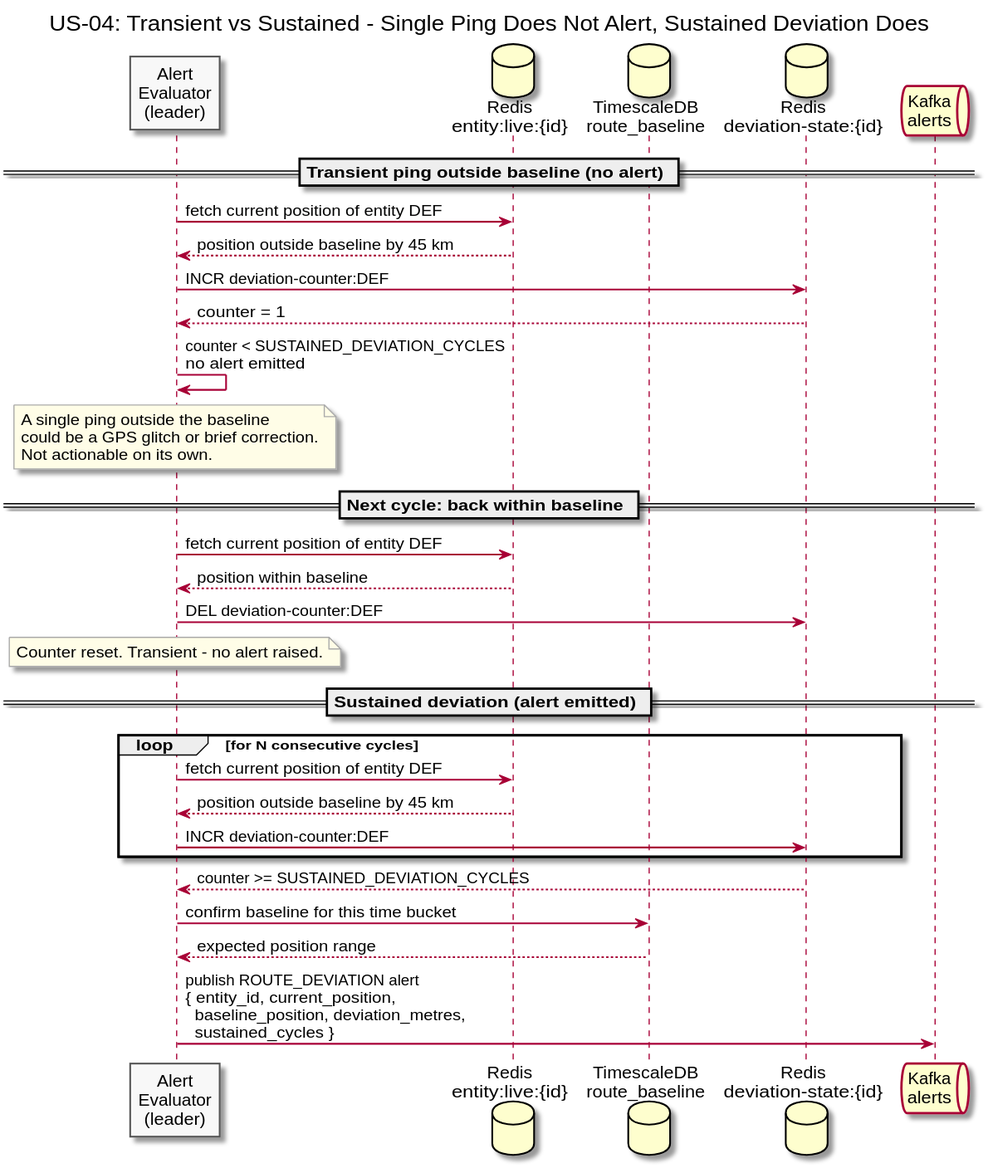
The PlantUML diagram diagrams/docs/use-cases/US-04-route-deviation-alert/transient-vs-sustained.svg in Buffden/sentinel, before a commit. Source of this version:
```plantuml
@startuml transient-vs-sustained
title US-04: Transient vs Sustained - Single Ping Does Not Alert, Sustained Deviation Does

skinparam sequenceArrowThickness 1.5
skinparam participantBorderColor #555555
skinparam participantBackgroundColor #F8F8F8
skinparam noteBorderColor #AAAAAA
skinparam noteBackgroundColor #FFFDE7

participant "Alert\nEvaluator\n(leader)" as Evaluator
database "Redis\nentity:live:{id}" as Redis
database "TimescaleDB\nroute_baseline" as Baseline
database "Redis\ndeviation-state:{id}" as DevState
queue "Kafka\nalerts" as Kafka

== Transient ping outside baseline (no alert) ==

Evaluator -> Redis : fetch current position of entity DEF
Redis --> Evaluator : position outside baseline by 45 km

Evaluator -> DevState : INCR deviation-counter:DEF
DevState --> Evaluator : counter = 1

Evaluator -> Evaluator : counter < SUSTAINED_DEVIATION_CYCLES\nno alert emitted

note over Evaluator
  A single ping outside the baseline
  could be a GPS glitch or brief correction.
  Not actionable on its own.
end note

== Next cycle: back within baseline ==

Evaluator -> Redis : fetch current position of entity DEF
Redis --> Evaluator : position within baseline

Evaluator -> DevState : DEL deviation-counter:DEF
note over Evaluator
  Counter reset. Transient - no alert raised.
end note

== Sustained deviation (alert emitted) ==

loop for N consecutive cycles
  Evaluator -> Redis : fetch current position of entity DEF
  Redis --> Evaluator : position outside baseline by 45 km
  Evaluator -> DevState : INCR deviation-counter:DEF
end

DevState --> Evaluator : counter >= SUSTAINED_DEVIATION_CYCLES

Evaluator -> Baseline : confirm baseline for this time bucket
Baseline --> Evaluator : expected position range

Evaluator -> Kafka : publish ROUTE_DEVIATION alert\n{ entity_id, current_position,\n  baseline_position, deviation_metres,\n  sustained_cycles }

@enduml
```
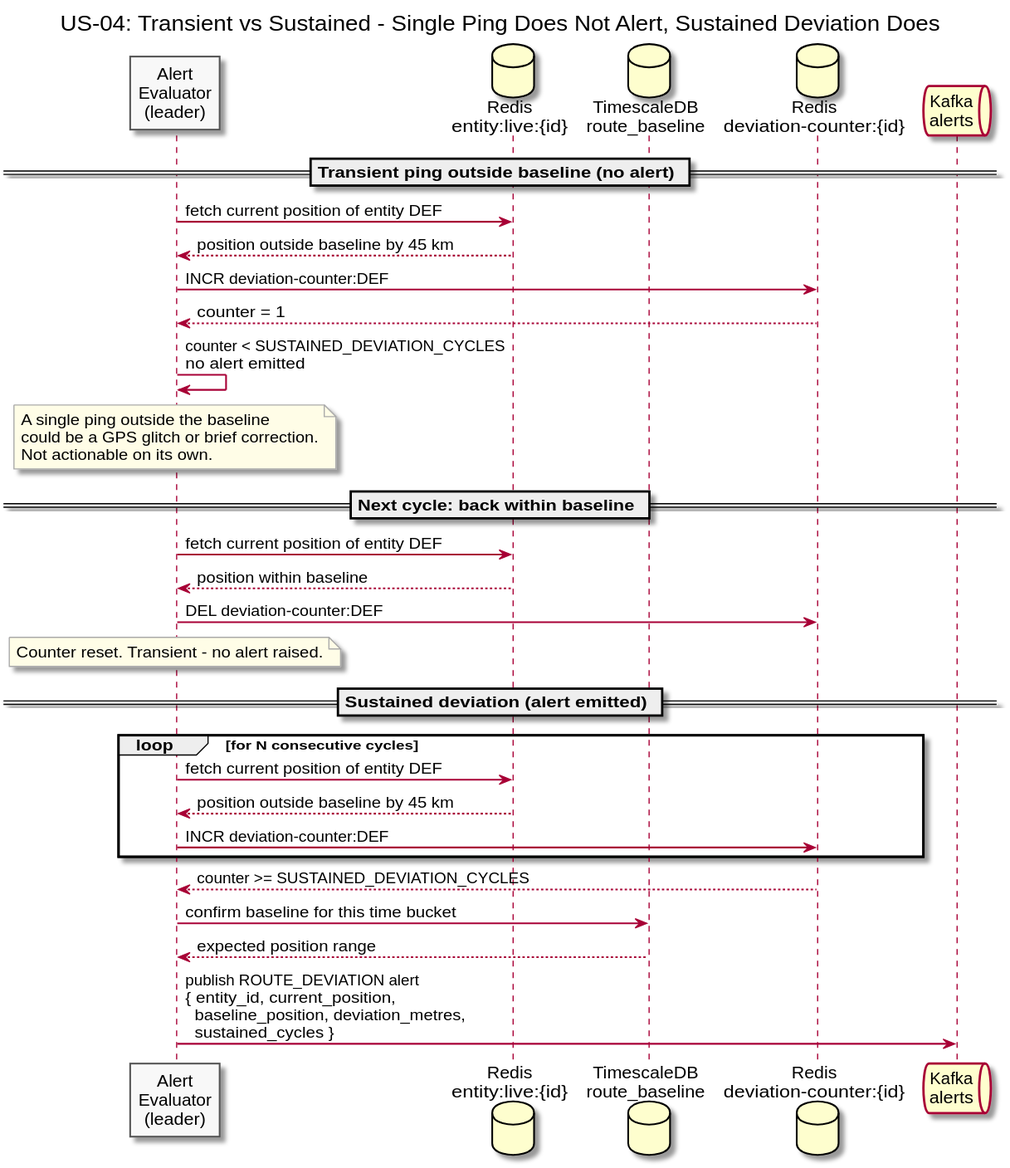
The same diagram one commit later.

The edit, as a diff of the source:
```diff
@@ -10,7 +10,7 @@
 participant "Alert\nEvaluator\n(leader)" as Evaluator
 database "Redis\nentity:live:{id}" as Redis
 database "TimescaleDB\nroute_baseline" as Baseline
-database "Redis\ndeviation-state:{id}" as DevState
+database "Redis\ndeviation-counter:{id}" as DevState
 queue "Kafka\nalerts" as Kafka
 
 == Transient ping outside baseline (no alert) ==
```
